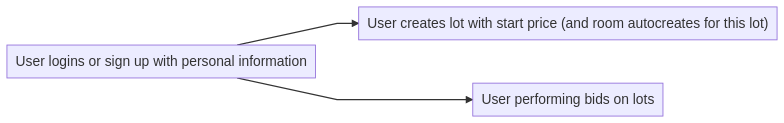
Earlier version of the Mermaid export documentation/lifecycle_1.png (Pyroarsonist/GoodsVille). Its source is kept beside it as documentation/lifecycle_1.mmd.
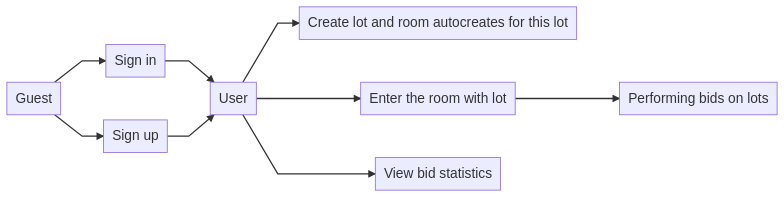
The same file after the commit.

Commit message:
updated user lifecycle

Diff of the diagram source:
```diff
@@ -1,4 +1,9 @@
 graph LR
-    A["User logins or sign up with personal information"]
-    A --> B["User creates lot with start price (and room autocreates for this lot)"]
-    A --> C["User performing bids on lots"]
+    A[Guest] --> B[Sign in]
+    A --> C[Sign up]
+    B --> D[User]
+    C --> D
+    D --> E[Create lot and room autocreates for this lot]
+    D --> F[Enter the room with lot]
+    F --> G[Performing bids on lots]
+    D --> K[View bid statistics]
```
